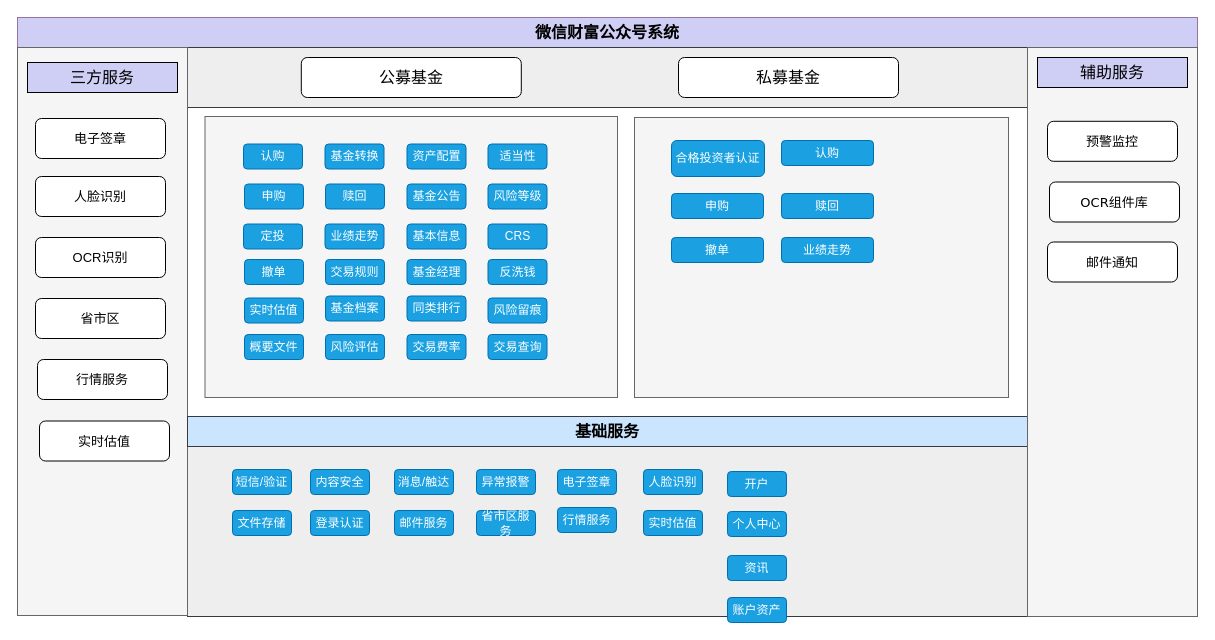
The draw.io diagram 微信财富公众号系统-业务架构.drawio in ammengke/my-drawio, before the edit. Source tidied: cells renumbered, new cells numbered last; positions are measured from the earlier drawing's top-left corner, leaving out a move shared by most shapes. Both pictures are drawn from the tidied source at 100%, with x=0, y=0 at pixel (17, 17).
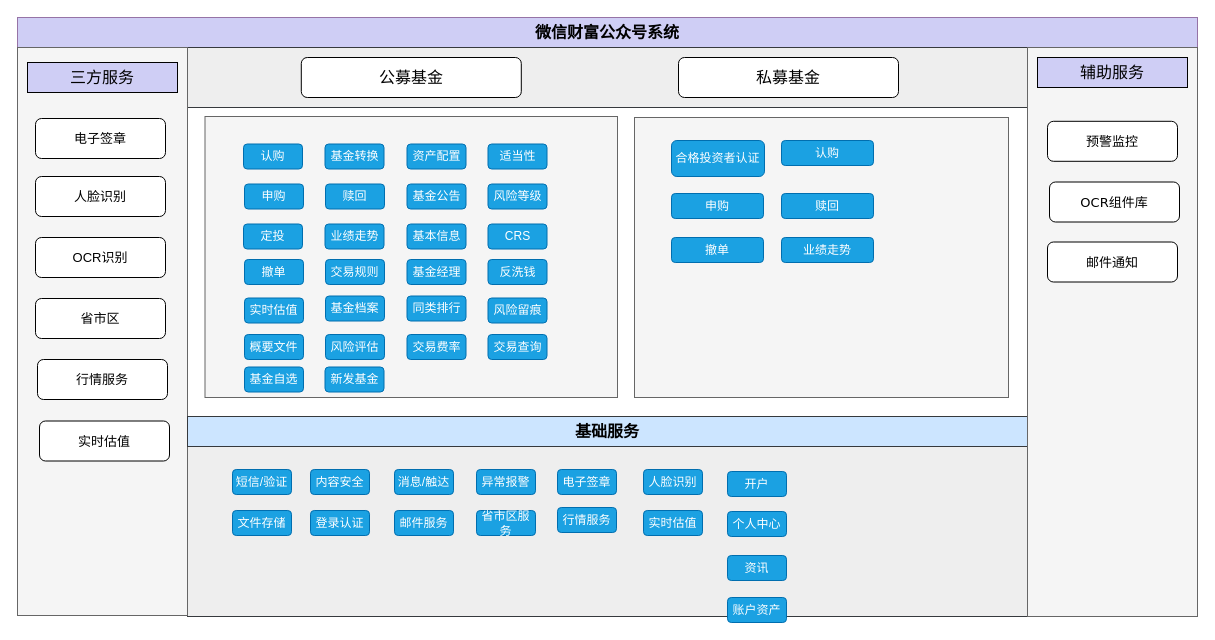
The same diagram, later.

Commit message (it also covers changes not shown here):
更新微信财富公众号系统-业务架构.drawio

The edit, as a diff of the source:
```diff
@@
+    <mxCell id="69" value="基金自选" style="text;html=1;strokeColor=#006EAF;fillColor=#1ba1e2;align=center;verticalAlign=middle;whiteSpace=wrap;rounded=1;fontColor=#ffffff;" parent="1" vertex="1">
+      <mxGeometry x="227" y="349.5" width="59" height="25" as="geometry" />
+    </mxCell>
+    <mxCell id="70" value="新发基金" style="text;html=1;strokeColor=#006EAF;fillColor=#1ba1e2;align=center;verticalAlign=middle;whiteSpace=wrap;rounded=1;fontColor=#ffffff;" parent="1" vertex="1">
+      <mxGeometry x="307.5" y="349.5" width="59" height="25" as="geometry" />
+    </mxCell>
```
